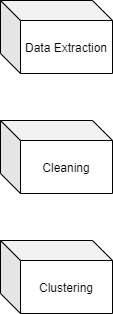
ml-nest/hacker_rank_test keeps this draw.io diagram as Untitled Diagram.png. Above is the earlier version. Source tidied: cells renumbered, new cells last; positions are measured from the earlier drawing's top-left corner, leaving out a move shared by most shapes.
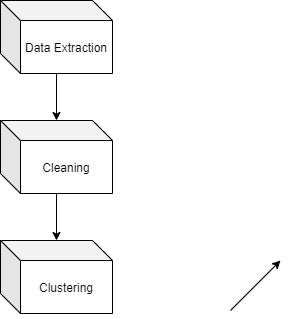
Above is the later version.

Change to the diagram source:
```diff
@@ -2,14 +2,26 @@
   <root>
     <mxCell id="0" />
     <mxCell id="1" parent="0" />
+    <mxCell id="5" style="edgeStyle=orthogonalEdgeStyle;rounded=0;jettySize=auto;html=1;" parent="1" edge="1" source="2" target="3">
+      <mxGeometry relative="1" as="geometry" />
+    </mxCell>
     <mxCell id="2" value="Data Extraction" style="shape=cube;whiteSpace=wrap;html=1;boundedLbl=1;backgroundOutline=1;darkOpacity=0.05;darkOpacity2=0.1;flipV=0;" parent="1" vertex="1">
       <mxGeometry width="112" height="73" as="geometry" />
     </mxCell>
+    <mxCell id="6" style="edgeStyle=orthogonalEdgeStyle;rounded=0;jettySize=auto;html=1;" parent="1" edge="1" source="3" target="4">
+      <mxGeometry relative="1" as="geometry" />
+    </mxCell>
     <mxCell id="3" value="Cleaning" style="shape=cube;whiteSpace=wrap;html=1;boundedLbl=1;backgroundOutline=1;darkOpacity=0.05;darkOpacity2=0.1;flipV=0;" parent="1" vertex="1">
       <mxGeometry y="120" width="112" height="73" as="geometry" />
     </mxCell>
     <mxCell id="4" value="Clustering" style="shape=cube;whiteSpace=wrap;html=1;boundedLbl=1;backgroundOutline=1;darkOpacity=0.05;darkOpacity2=0.1;flipV=0;" parent="1" vertex="1">
       <mxGeometry y="240" width="112" height="73" as="geometry" />
     </mxCell>
+    <mxCell id="7" style="endArrow=classic;html=1;" parent="1" edge="1">
+      <mxGeometry relative="1" as="geometry">
+        <mxPoint x="230" y="310" as="sourcePoint" />
+        <mxPoint x="280" y="260" as="targetPoint" />
+      </mxGeometry>
+    </mxCell>
   </root>
 </mxGraphModel>
```
